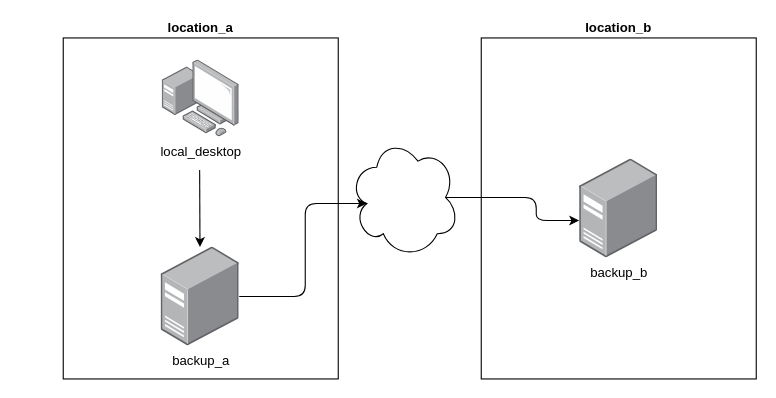
Above: backupmanager/resources/drawio/backupmanager-overview.drawio in rchapin/backup_manager (draw.io), before the change. Source tidied: cells renumbered, new cells numbered last; positions are measured from the earlier drawing's top-left corner, leaving out a move shared by most shapes. Both pictures are drawn from the tidied source at 110%, with x=0, y=0 at pixel (63, 37). Pictures stored in the file or linked from it are replaced by grey dashed boxes.
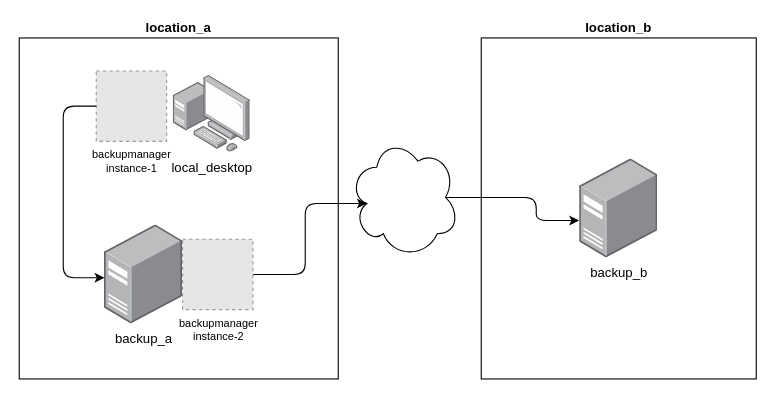
The same diagram, later.

The edit, as a diff of the source:
```diff
@@
 <mxGraphModel>
   <root>
     <mxCell id="0" />
     <mxCell id="1" parent="0" />
     <mxCell id="2" value="location_a" style="rounded=0;whiteSpace=wrap;html=1;labelPosition=center;verticalLabelPosition=top;align=center;verticalAlign=bottom;fontStyle=1;" parent="1" vertex="1">
-      <mxGeometry width="250" height="310" as="geometry" />
+      <mxGeometry x="-40" width="290" height="310" as="geometry" />
     </mxCell>
     <mxCell id="3" value="backup_a" style="points=[];html=1;align=center;shadow=0;dashed=0;image;image=img/lib/allied_telesis/computer_and_terminals/Server_Desktop.svg;" parent="1" vertex="1">
-      <mxGeometry x="89" y="190" width="71" height="90" as="geometry" />
+      <mxGeometry x="37.5" y="170" width="71" height="90" as="geometry" />
     </mxCell>
     <mxCell id="4" value="local_desktop" style="html=1;align=center;shadow=0;dashed=0;image;image=img/lib/allied_telesis/computer_and_terminals/Personal_Computer_with_Server.svg;" parent="1" vertex="1">
-      <mxGeometry x="90" y="20" width="70" height="70" as="geometry" />
+      <mxGeometry x="100" y="34" width="70" height="70" as="geometry" />
     </mxCell>
-    <mxCell id="5" style="endArrow=classic;html=1;" parent="1" edge="1" target="3">
-      <mxGeometry relative="1" as="geometry">
-        <mxPoint x="124" y="120" as="sourcePoint" />
-      </mxGeometry>
-    </mxCell>
     <mxCell id="6" value="location_b" style="rounded=0;whiteSpace=wrap;html=1;labelPosition=center;verticalLabelPosition=top;align=center;verticalAlign=bottom;fontStyle=1;" parent="1" vertex="1">
       <mxGeometry x="380" width="250" height="310" as="geometry" />
     </mxCell>
     <mxCell id="7" value="backup_b" style="points=[];html=1;align=center;shadow=0;dashed=0;image;image=img/lib/allied_telesis/computer_and_terminals/Server_Desktop.svg;" parent="1" vertex="1">
       <mxGeometry x="469.5" y="110" width="71" height="90" as="geometry" />
     </mxCell>
     <mxCell id="8" style="ellipse;shape=cloud;whiteSpace=wrap;html=1;" parent="1" vertex="1">
       <mxGeometry x="260" y="90" width="100" height="110" as="geometry" />
     </mxCell>
-    <mxCell id="9" style="edgeStyle=elbowEdgeStyle;elbow=horizontal;endArrow=classic;html=1;entryX=0.16;entryY=0.55;entryDx=0;entryDy=0;entryPerimeter=0;" parent="1" edge="1" source="3" target="8">
+    <mxCell id="9" style="edgeStyle=elbowEdgeStyle;elbow=horizontal;endArrow=classic;html=1;entryX=0.16;entryY=0.55;entryDx=0;entryDy=0;entryPerimeter=0;exitX=1;exitY=0.5;exitDx=0;exitDy=0;" parent="1" edge="1" source="12" target="8">
       <mxGeometry relative="1" as="geometry">
         <Array as="points">
           <mxPoint x="220" y="180" />
         </Array>
       </mxGeometry>
     </mxCell>
     <mxCell id="10" style="edgeStyle=elbowEdgeStyle;elbow=horizontal;endArrow=classic;html=1;entryX=-0.007;entryY=0.622;entryDx=0;entryDy=0;entryPerimeter=0;exitX=0.875;exitY=0.5;exitDx=0;exitDy=0;exitPerimeter=0;" parent="1" edge="1" source="8" target="7">
       <mxGeometry relative="1" as="geometry">
         <Array as="points">
           <mxPoint x="430" y="146" />
         </Array>
       </mxGeometry>
     </mxCell>
+    <mxCell id="11" value="backupmanager&lt;br style=&quot;font-size: 10px;&quot;&gt;instance-1" style="fillColor=#E6E6E6;strokeColor=#999999;dashed=1;html=1;verticalAlign=top;verticalLabelPosition=bottom;labelBackgroundColor=#ffffff;labelPosition=center;align=center;fontSize=10;" parent="1" vertex="1">
+      <mxGeometry x="30" y="30" width="64" height="64" as="geometry" />
+    </mxCell>
+    <mxCell id="12" value="backupmanager&lt;br style=&quot;font-size: 10px&quot;&gt;instance-2" style="fillColor=#E6E6E6;strokeColor=#999999;dashed=1;html=1;verticalAlign=top;verticalLabelPosition=bottom;labelBackgroundColor=#ffffff;labelPosition=center;align=center;fontSize=10;" parent="1" vertex="1">
+      <mxGeometry x="108.5" y="183" width="64" height="64" as="geometry" />
+    </mxCell>
+    <mxCell id="13" style="edgeStyle=elbowEdgeStyle;elbow=vertical;endArrow=classic;html=1;fontSize=10;exitX=0;exitY=0.5;exitDx=0;exitDy=0;entryX=0;entryY=0.533;entryDx=0;entryDy=0;entryPerimeter=0;" parent="1" edge="1" source="11" target="3">
+      <mxGeometry relative="1" as="geometry">
+        <Array as="points">
+          <mxPoint y="150" />
+          <mxPoint x="-70" y="150" />
+        </Array>
+      </mxGeometry>
+    </mxCell>
   </root>
 </mxGraphModel>
```
